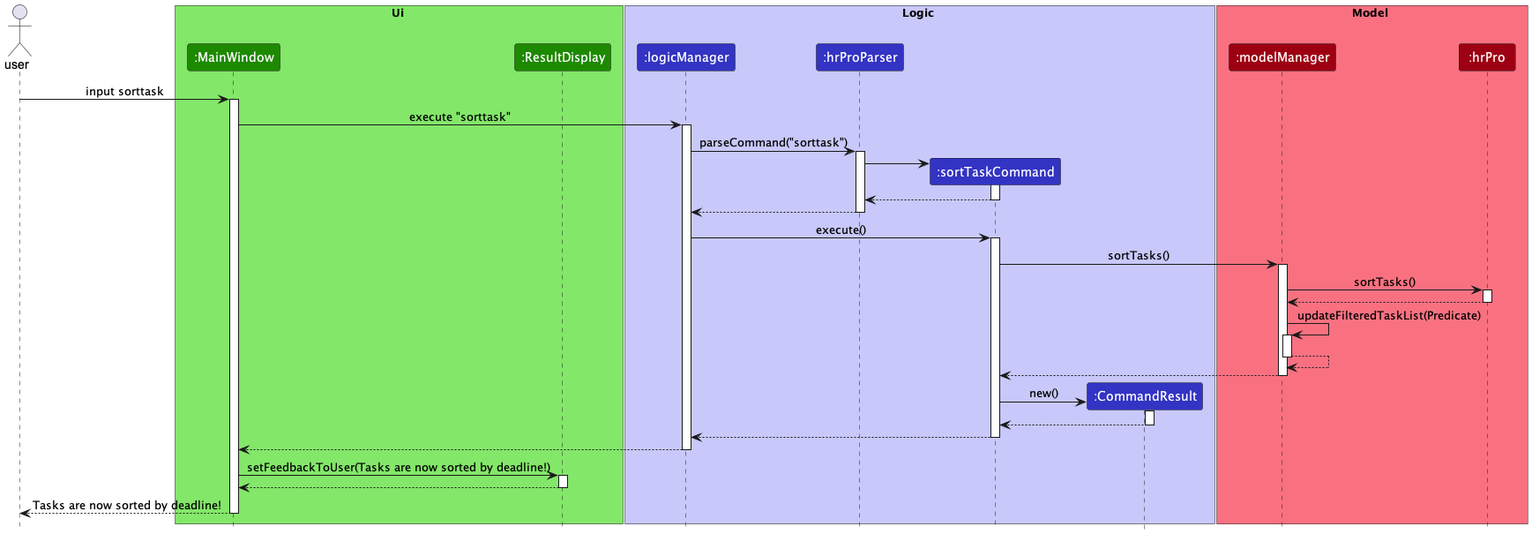
Before: docs/images/SortTaskSequenceDiagram.png, a diagram exported from PlantUML (nus-cs2103-AY2223S1/tp).
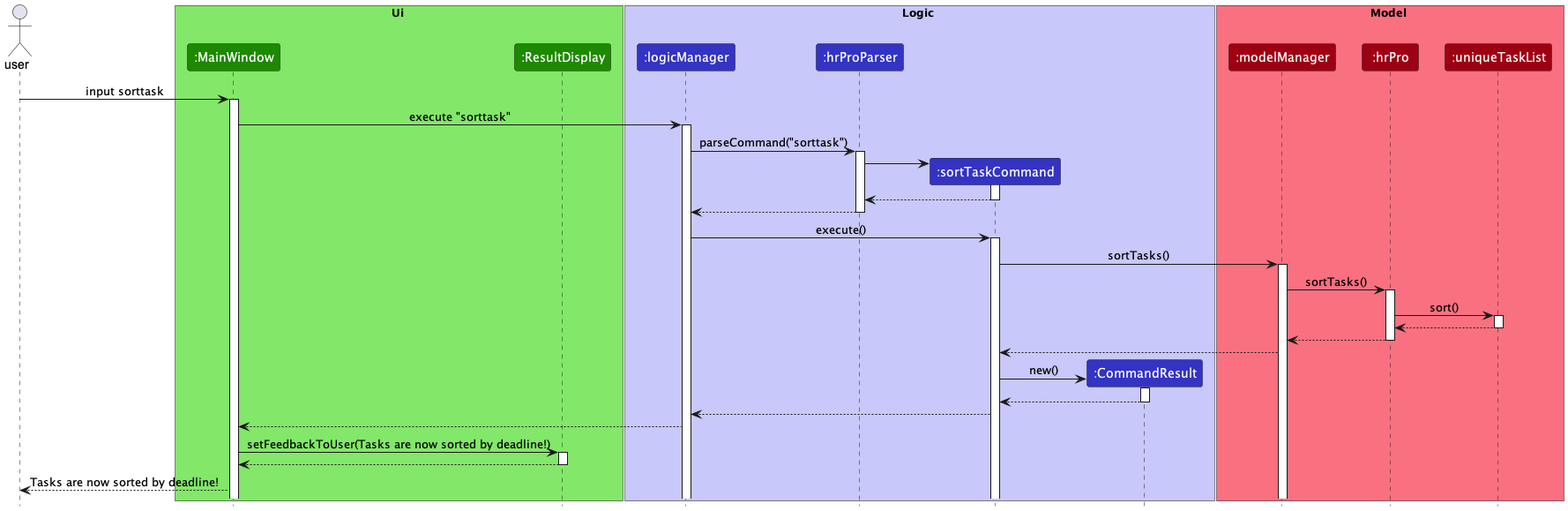
Later version of the same file.

Commit message:
Fix sequence diagram

Change to the diagram source:
```diff
@@ -19,6 +19,7 @@
 box Model MODEL_COLOR_T1
 participant ":modelManager" as modelManager MODEL_COLOR
 participant ":hrPro" as hrPro MODEL_COLOR
+participant ":uniqueTaskList" as uniqueTaskList MODEL_COLOR
 end box
 
 user -> mainWindow : input sorttask
@@ -49,12 +50,14 @@
 modelManager -> hrPro : sortTasks()
 activate hrPro
 
+hrPro -> uniqueTaskList : sort()
+activate uniqueTaskList
+
+uniqueTaskList --> hrPro
+deactivate uniqueTaskList
+
 hrPro --> modelManager
 deactivate hrPro
-
-autoActivate on
-modelManager -> modelManager :updateFilteredTaskList(Predicate)
-return
 
 modelManager --> sortTaskCommand
 
@@ -70,8 +73,10 @@
 logicManager --> mainWindow
 
 mainWindow -> resultDisplay : setFeedbackToUser(Tasks are now sorted by deadline!)
+activate resultDisplay
 
 resultDisplay --> mainWindow
+deactivate resultDisplay
 
 mainWindow --> user : Tasks are now sorted by deadline!
 
```
